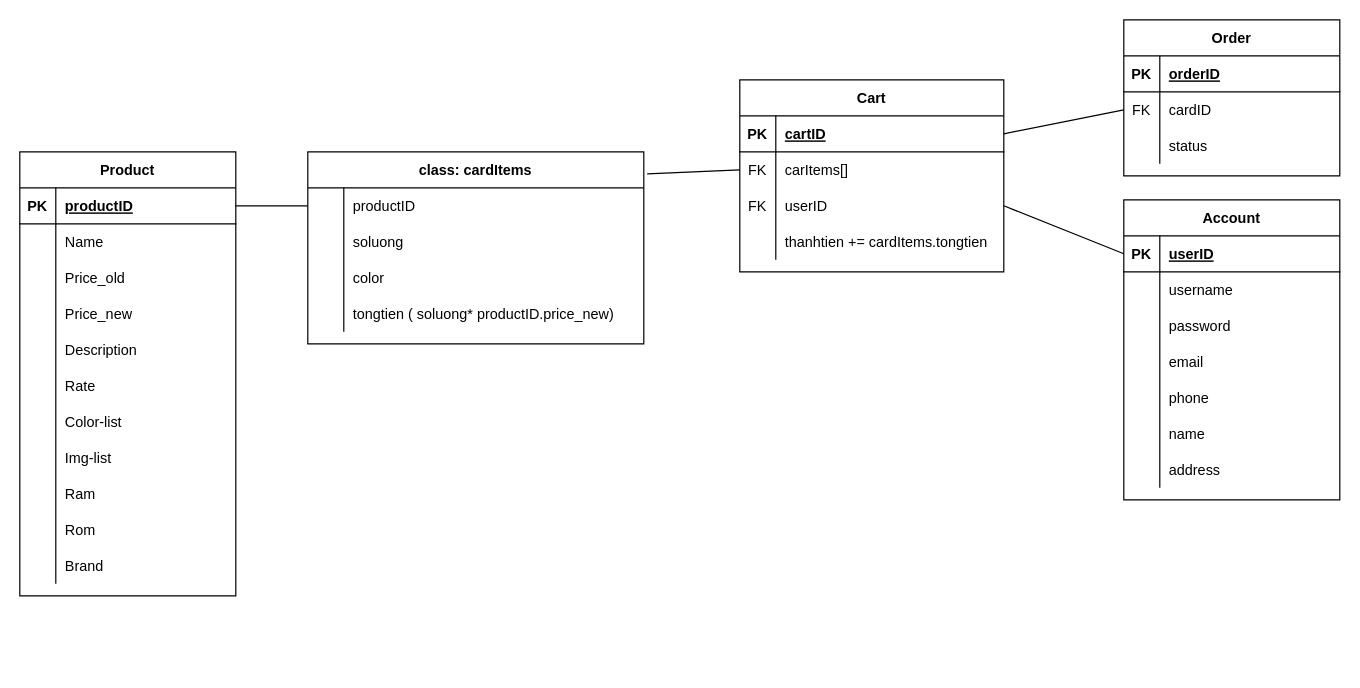
huykhaduy/huykhaduy keeps this draw.io diagram as CSDL_WEB.drawio. Above is the earlier version. Source tidied: cells renumbered, new cells numbered last; positions are measured from the earlier drawing's top-left corner, leaving out a move shared by most shapes. Both pictures are drawn from the tidied source at 120%, with x=0, y=0 at pixel (19, 19).
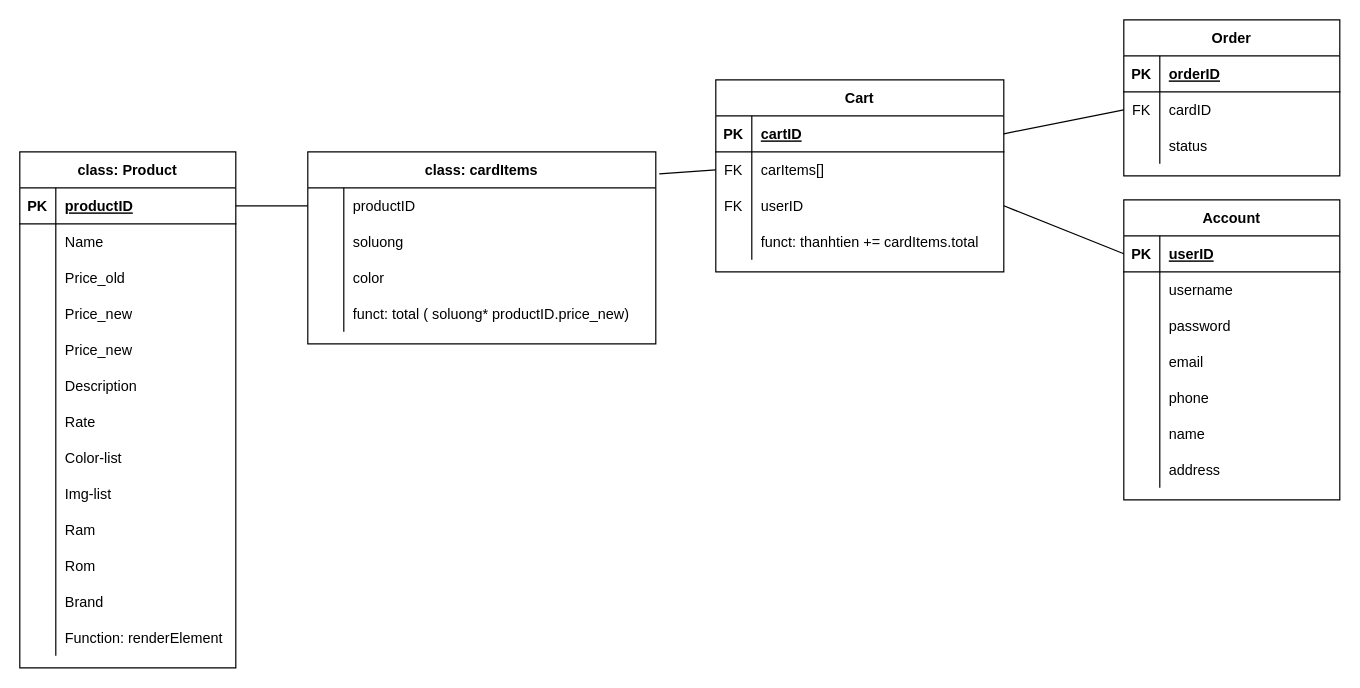
After the change.

The change refers to these unchanged cells:
```xml
<mxCell id="3" style="shape=partialRectangle;fillColor=none;top=0;left=0;bottom=1;right=0;points=[[0,0.5],[1,0.5]];portConstraint=eastwest;" parent="2" vertex="1">
  <mxGeometry y="30" width="180" height="30" as="geometry" />
</mxCell>
```

Diff of the diagram source:
```diff
@@
-    <mxCell id="2" value="Product" style="shape=table;startSize=30;childLayout=tableLayout;rowLines=0;fontStyle=1;align=center;" parent="1" vertex="1">
-      <mxGeometry y="110" width="180" height="370" as="geometry" />
+    <mxCell id="2" value="class: Product" style="shape=table;startSize=30;childLayout=tableLayout;rowLines=0;fontStyle=1;align=center;" parent="1" vertex="1">
+      <mxGeometry y="110" width="180" height="430" as="geometry" />
     </mxCell>
@@
+    <mxCell id="98" style="shape=partialRectangle;fillColor=none;top=0;left=0;bottom=0;right=0;" parent="2" vertex="1">
+      <mxGeometry y="120" width="180" height="30" as="geometry" />
+    </mxCell>
+    <mxCell id="99" style="shape=partialRectangle;fillColor=none;top=0;left=0;bottom=0;right=0;overflow=hidden;" parent="98" vertex="1">
+      <mxGeometry width="30" height="30" as="geometry" />
+    </mxCell>
+    <mxCell id="100" value="Price_new" style="shape=partialRectangle;fillColor=none;top=0;left=0;bottom=0;right=0;align=left;spacingLeft=6;overflow=hidden;" parent="98" vertex="1">
+      <mxGeometry x="30" width="150" height="30" as="geometry" />
+    </mxCell>
     <mxCell id="12" style="shape=partialRectangle;fillColor=none;top=0;left=0;bottom=0;right=0;" parent="2" vertex="1">
-      <mxGeometry y="120" width="180" height="30" as="geometry" />
+      <mxGeometry y="150" width="180" height="30" as="geometry" />
     </mxCell>
@@
     <mxCell id="15" style="shape=partialRectangle;fillColor=none;top=0;left=0;bottom=0;right=0;" parent="2" vertex="1">
-      <mxGeometry y="150" width="180" height="30" as="geometry" />
+      <mxGeometry y="180" width="180" height="30" as="geometry" />
     </mxCell>
@@
     <mxCell id="18" style="shape=partialRectangle;fillColor=none;top=0;left=0;bottom=0;right=0;" parent="2" vertex="1">
-      <mxGeometry y="180" width="180" height="30" as="geometry" />
+      <mxGeometry y="210" width="180" height="30" as="geometry" />
     </mxCell>
@@
     <mxCell id="21" style="shape=partialRectangle;fillColor=none;top=0;left=0;bottom=0;right=0;" parent="2" vertex="1">
-      <mxGeometry y="210" width="180" height="30" as="geometry" />
+      <mxGeometry y="240" width="180" height="30" as="geometry" />
     </mxCell>
@@
     <mxCell id="24" style="shape=partialRectangle;fillColor=none;top=0;left=0;bottom=0;right=0;" parent="2" vertex="1">
-      <mxGeometry y="240" width="180" height="30" as="geometry" />
+      <mxGeometry y="270" width="180" height="30" as="geometry" />
     </mxCell>
@@
     <mxCell id="27" style="shape=partialRectangle;fillColor=none;top=0;left=0;bottom=0;right=0;" parent="2" vertex="1">
-      <mxGeometry y="270" width="180" height="30" as="geometry" />
+      <mxGeometry y="300" width="180" height="30" as="geometry" />
     </mxCell>
@@
     <mxCell id="30" style="shape=partialRectangle;fillColor=none;top=0;left=0;bottom=0;right=0;" parent="2" vertex="1">
-      <mxGeometry y="300" width="180" height="30" as="geometry" />
+      <mxGeometry y="330" width="180" height="30" as="geometry" />
     </mxCell>
@@
     <mxCell id="33" style="shape=partialRectangle;fillColor=none;top=0;left=0;bottom=0;right=0;" parent="2" vertex="1">
-      <mxGeometry y="330" width="180" height="30" as="geometry" />
+      <mxGeometry y="360" width="180" height="30" as="geometry" />
     </mxCell>
@@
+    <mxCell id="101" style="shape=partialRectangle;fillColor=none;top=0;left=0;bottom=0;right=0;" parent="2" vertex="1">
+      <mxGeometry y="390" width="180" height="30" as="geometry" />
+    </mxCell>
+    <mxCell id="102" style="shape=partialRectangle;fillColor=none;top=0;left=0;bottom=0;right=0;overflow=hidden;" parent="101" vertex="1">
+      <mxGeometry width="30" height="30" as="geometry" />
+    </mxCell>
+    <mxCell id="103" value="Function: renderElement" style="shape=partialRectangle;fillColor=none;top=0;left=0;bottom=0;right=0;align=left;spacingLeft=6;overflow=hidden;" parent="101" vertex="1">
+      <mxGeometry x="30" width="150" height="30" as="geometry" />
+    </mxCell>
     <mxCell id="36" value="Cart" style="shape=table;startSize=30;childLayout=tableLayout;rowLines=0;fontStyle=1;align=center;" parent="1" vertex="1">
-      <mxGeometry x="600" y="50" width="220" height="160" as="geometry" />
+      <mxGeometry x="580" y="50" width="240" height="160" as="geometry" />
     </mxCell>
     <mxCell id="37" style="shape=partialRectangle;fillColor=none;top=0;left=0;bottom=1;right=0;points=[[0,0.5],[1,0.5]];portConstraint=eastwest;" parent="36" vertex="1">
-      <mxGeometry y="30" width="220" height="30" as="geometry" />
+      <mxGeometry y="30" width="240" height="30" as="geometry" />
     </mxCell>
@@
     <mxCell id="39" value="cartID" style="shape=partialRectangle;fillColor=none;top=0;left=0;bottom=0;right=0;align=left;spacingLeft=6;fontStyle=5;overflow=hidden;" parent="37" vertex="1">
-      <mxGeometry x="30" width="190" height="30" as="geometry" />
+      <mxGeometry x="30" width="210" height="30" as="geometry" />
     </mxCell>
     <mxCell id="40" style="shape=partialRectangle;fillColor=none;top=0;left=0;bottom=0;right=0;points=[[0,0.5],[1,0.5]];portConstraint=eastwest;" parent="36" vertex="1">
-      <mxGeometry y="60" width="220" height="30" as="geometry" />
+      <mxGeometry y="60" width="240" height="30" as="geometry" />
     </mxCell>
@@
     <mxCell id="42" value="carItems[]" style="shape=partialRectangle;fillColor=none;top=0;left=0;bottom=0;right=0;align=left;spacingLeft=6;overflow=hidden;" parent="40" vertex="1">
-      <mxGeometry x="30" width="190" height="30" as="geometry" />
+      <mxGeometry x="30" width="210" height="30" as="geometry" />
     </mxCell>
     <mxCell id="43" style="shape=partialRectangle;fillColor=none;top=0;left=0;bottom=0;right=0;points=[[0,0.5],[1,0.5]];portConstraint=eastwest;" parent="36" vertex="1">
-      <mxGeometry y="90" width="220" height="30" as="geometry" />
+      <mxGeometry y="90" width="240" height="30" as="geometry" />
     </mxCell>
@@
     <mxCell id="45" value="userID" style="shape=partialRectangle;fillColor=none;top=0;left=0;bottom=0;right=0;align=left;spacingLeft=6;overflow=hidden;" parent="43" vertex="1">
-      <mxGeometry x="30" width="190" height="30" as="geometry" />
+      <mxGeometry x="30" width="210" height="30" as="geometry" />
     </mxCell>
     <mxCell id="46" style="shape=partialRectangle;fillColor=none;top=0;left=0;bottom=0;right=0;" parent="36" vertex="1">
-      <mxGeometry y="120" width="220" height="30" as="geometry" />
+      <mxGeometry y="120" width="240" height="30" as="geometry" />
     </mxCell>
@@
-    <mxCell id="48" value="thanhtien += cardItems.tongtien" style="shape=partialRectangle;fillColor=none;top=0;left=0;bottom=0;right=0;align=left;spacingLeft=6;overflow=hidden;" parent="46" vertex="1">
-      <mxGeometry x="30" width="190" height="30" as="geometry" />
+    <mxCell id="48" value="funct: thanhtien += cardItems.total" style="shape=partialRectangle;fillColor=none;top=0;left=0;bottom=0;right=0;align=left;spacingLeft=6;overflow=hidden;" parent="46" vertex="1">
+      <mxGeometry x="30" width="210" height="30" as="geometry" />
     </mxCell>
@@
     <mxCell id="83" value="class: cardItems" style="shape=table;startSize=30;childLayout=tableLayout;rowLines=0;fontStyle=1;align=center;" parent="1" vertex="1">
-      <mxGeometry x="240" y="110" width="280" height="160" as="geometry" />
+      <mxGeometry x="240" y="110" width="290" height="160" as="geometry" />
     </mxCell>
-    <mxCell id="84" style="shape=partialRectangle;fillColor=none;top=0;left=0;bottom=0;right=0;points=[[0,0.5],[1,0.5]];portConstraint=eastwest;" parent="83" vertex="1">
-      <mxGeometry y="30" width="280" height="30" as="geometry" />
-    </mxCell>
-    <mxCell id="85" style="shape=partialRectangle;fillColor=none;top=0;left=0;bottom=0;right=0;overflow=hidden;" parent="84" vertex="1">
-      <mxGeometry width="30" height="30" as="geometry" />
-    </mxCell>
+    <mxCell id="104" style="shape=partialRectangle;fillColor=none;top=0;left=0;bottom=0;right=0;" parent="83" vertex="1">
+      <mxGeometry y="30" width="290" height="30" as="geometry" />
+    </mxCell>
+    <mxCell id="105" style="shape=partialRectangle;fillColor=none;top=0;left=0;bottom=0;right=0;overflow=hidden;" parent="104" vertex="1">
+      <mxGeometry width="30" height="30" as="geometry" />
+    </mxCell>
-    <mxCell id="86" value="productID" style="shape=partialRectangle;fillColor=none;top=0;left=0;bottom=0;right=0;align=left;spacingLeft=6;overflow=hidden;" parent="84" vertex="1">
-      <mxGeometry x="30" width="250" height="30" as="geometry" />
+    <mxCell id="86" value="productID" style="shape=partialRectangle;fillColor=none;top=0;left=0;bottom=0;right=0;align=left;spacingLeft=6;overflow=hidden;" parent="104" vertex="1">
+      <mxGeometry x="30" width="260" height="30" as="geometry" />
     </mxCell>
     <mxCell id="87" style="shape=partialRectangle;fillColor=none;top=0;left=0;bottom=0;right=0;" parent="83" vertex="1">
-      <mxGeometry y="60" width="280" height="30" as="geometry" />
+      <mxGeometry y="60" width="290" height="30" as="geometry" />
     </mxCell>
@@
     <mxCell id="89" value="soluong" style="shape=partialRectangle;fillColor=none;top=0;left=0;bottom=0;right=0;align=left;spacingLeft=6;overflow=hidden;" parent="87" vertex="1">
-      <mxGeometry x="30" width="250" height="30" as="geometry" />
+      <mxGeometry x="30" width="260" height="30" as="geometry" />
     </mxCell>
     <mxCell id="90" style="shape=partialRectangle;fillColor=none;top=0;left=0;bottom=0;right=0;" parent="83" vertex="1">
-      <mxGeometry y="90" width="280" height="30" as="geometry" />
+      <mxGeometry y="90" width="290" height="30" as="geometry" />
     </mxCell>
@@
     <mxCell id="92" value="color" style="shape=partialRectangle;fillColor=none;top=0;left=0;bottom=0;right=0;align=left;spacingLeft=6;overflow=hidden;" parent="90" vertex="1">
-      <mxGeometry x="30" width="250" height="30" as="geometry" />
+      <mxGeometry x="30" width="260" height="30" as="geometry" />
     </mxCell>
     <mxCell id="93" style="shape=partialRectangle;fillColor=none;top=0;left=0;bottom=0;right=0;" parent="83" vertex="1">
-      <mxGeometry y="120" width="280" height="30" as="geometry" />
+      <mxGeometry y="120" width="290" height="30" as="geometry" />
     </mxCell>
@@
-    <mxCell id="95" value="tongtien ( soluong* productID.price_new)" style="shape=partialRectangle;fillColor=none;top=0;left=0;bottom=0;right=0;align=left;spacingLeft=6;overflow=hidden;" parent="93" vertex="1">
-      <mxGeometry x="30" width="250" height="30" as="geometry" />
+    <mxCell id="95" value="funct: total ( soluong* productID.price_new)" style="shape=partialRectangle;fillColor=none;top=0;left=0;bottom=0;right=0;align=left;spacingLeft=6;overflow=hidden;" parent="93" vertex="1">
+      <mxGeometry x="30" width="260" height="30" as="geometry" />
     </mxCell>
-    <mxCell id="96" style="endArrow=none;html=1;rounded=0;exitX=1;exitY=0.5;exitDx=0;exitDy=0;entryX=0;entryY=0.5;entryDx=0;entryDy=0;" parent="1" edge="1" source="3" target="84">
-      <mxGeometry relative="1" as="geometry" />
+    <mxCell id="96" style="endArrow=none;html=1;rounded=0;exitX=1;exitY=0.5;exitDx=0;exitDy=0;entryX=0;entryY=0.5;entryDx=0;entryDy=0;" parent="1" edge="1" source="3">
+      <mxGeometry relative="1" as="geometry">
+        <mxPoint x="240" y="155" as="targetPoint" />
+      </mxGeometry>
     </mxCell>
```
